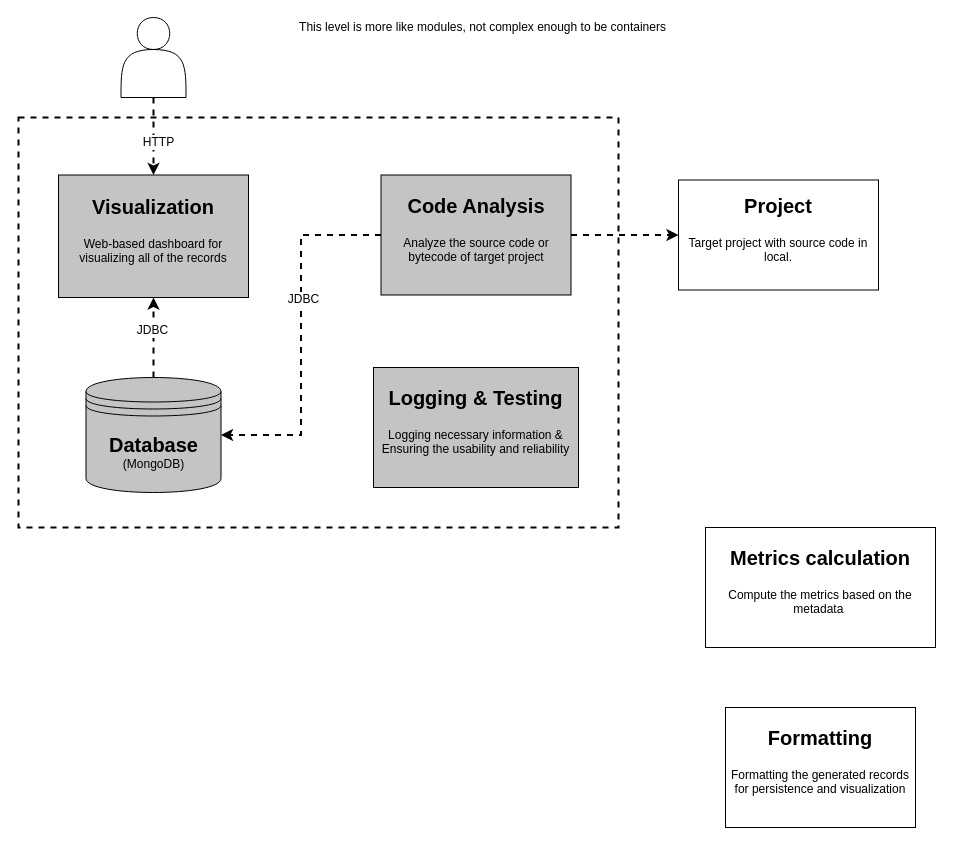
Earlier version of the draw.io diagram design/C4-Container.drawio (liaoooyx/t4m). Source tidied: cells renumbered, new cells numbered last; positions are measured from the earlier drawing's top-left corner, leaving out a move shared by most shapes. Both pictures are drawn from the tidied source at 100%, with x=0, y=0 at pixel (18, 17).
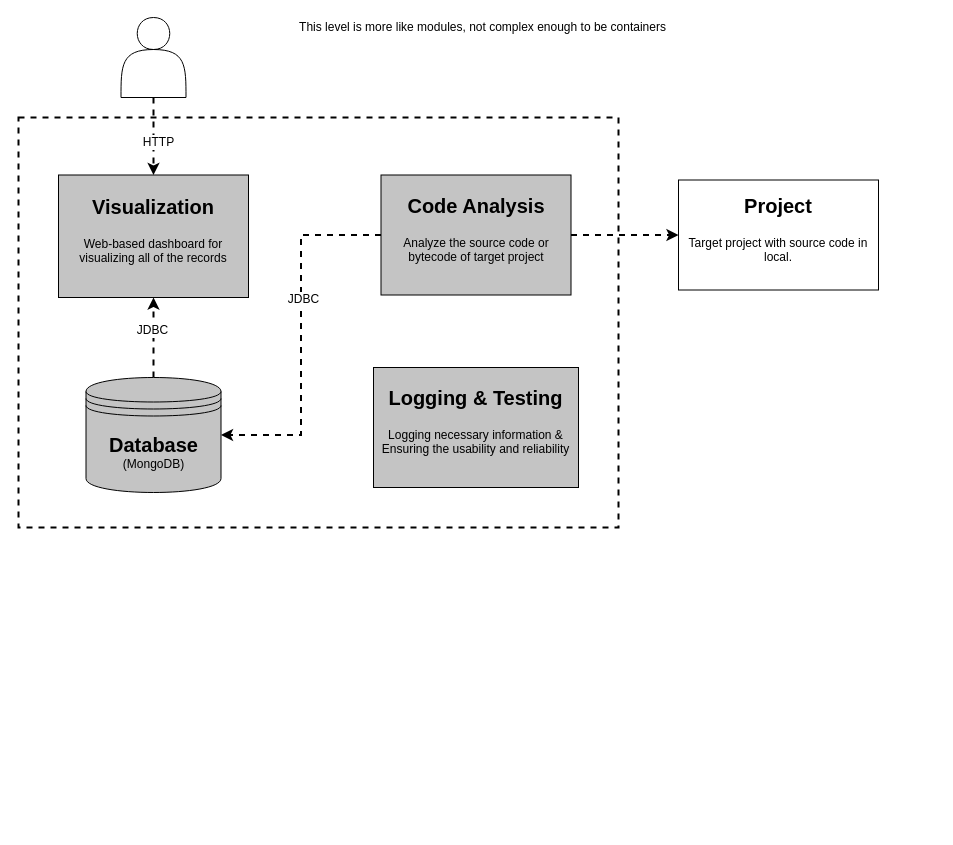
The same page after the edit.

The edit, as a diff of the source:
```diff
@@
-    <mxCell id="10" value="&lt;h1 style=&quot;&quot;&gt;&lt;font style=&quot;font-size: 20px&quot;&gt;Metrics calculation&lt;/font&gt;&lt;/h1&gt;&lt;p&gt;Compute the metrics based on the metadata&amp;nbsp;&lt;/p&gt;" style="text;html=1;strokeColor=#000000;fillColor=#ffffff;spacing=5;spacingTop=-20;whiteSpace=wrap;overflow=hidden;rounded=0;verticalAlign=middle;horizontal=1;align=center;labelPosition=center;verticalLabelPosition=middle;shadow=0;" parent="1" vertex="1">
-      <mxGeometry x="687" y="510" width="230" height="120" as="geometry" />
-    </mxCell>
@@
-    <mxCell id="17" value="&lt;h1&gt;&lt;font style=&quot;font-size: 20px&quot;&gt;Formatting&lt;/font&gt;&lt;/h1&gt;&lt;p&gt;Formatting the generated records for persistence and visualization&lt;/p&gt;" style="text;html=1;strokeColor=#000000;fillColor=#ffffff;spacing=5;spacingTop=-20;whiteSpace=wrap;overflow=hidden;rounded=0;verticalAlign=middle;horizontal=1;align=center;labelPosition=center;verticalLabelPosition=middle;shadow=0;" parent="1" vertex="1">
-      <mxGeometry x="707" y="690" width="190" height="120" as="geometry" />
-    </mxCell>
```
